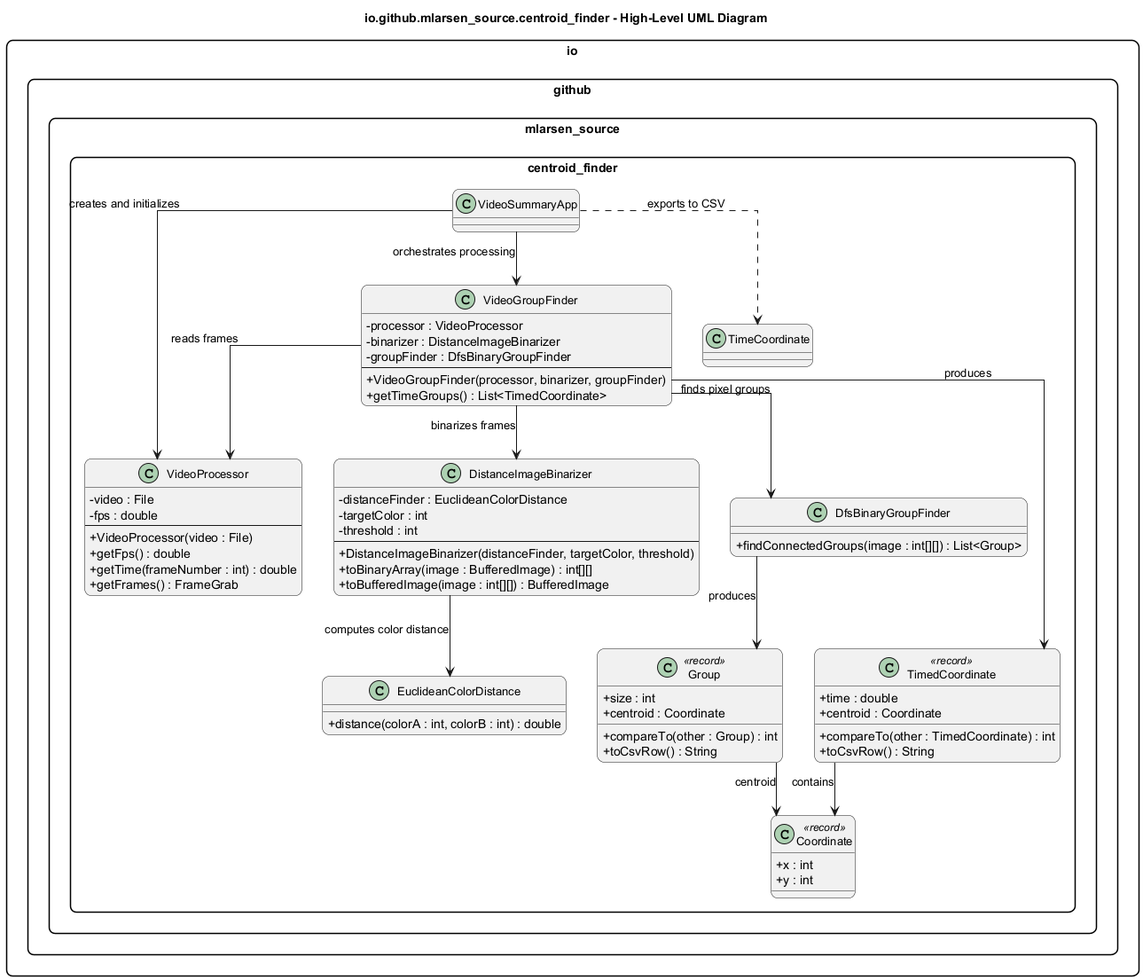
The PlantUML diagram diagrams/highlevel.png in mlarsen-source/centroid-finder, before a commit.
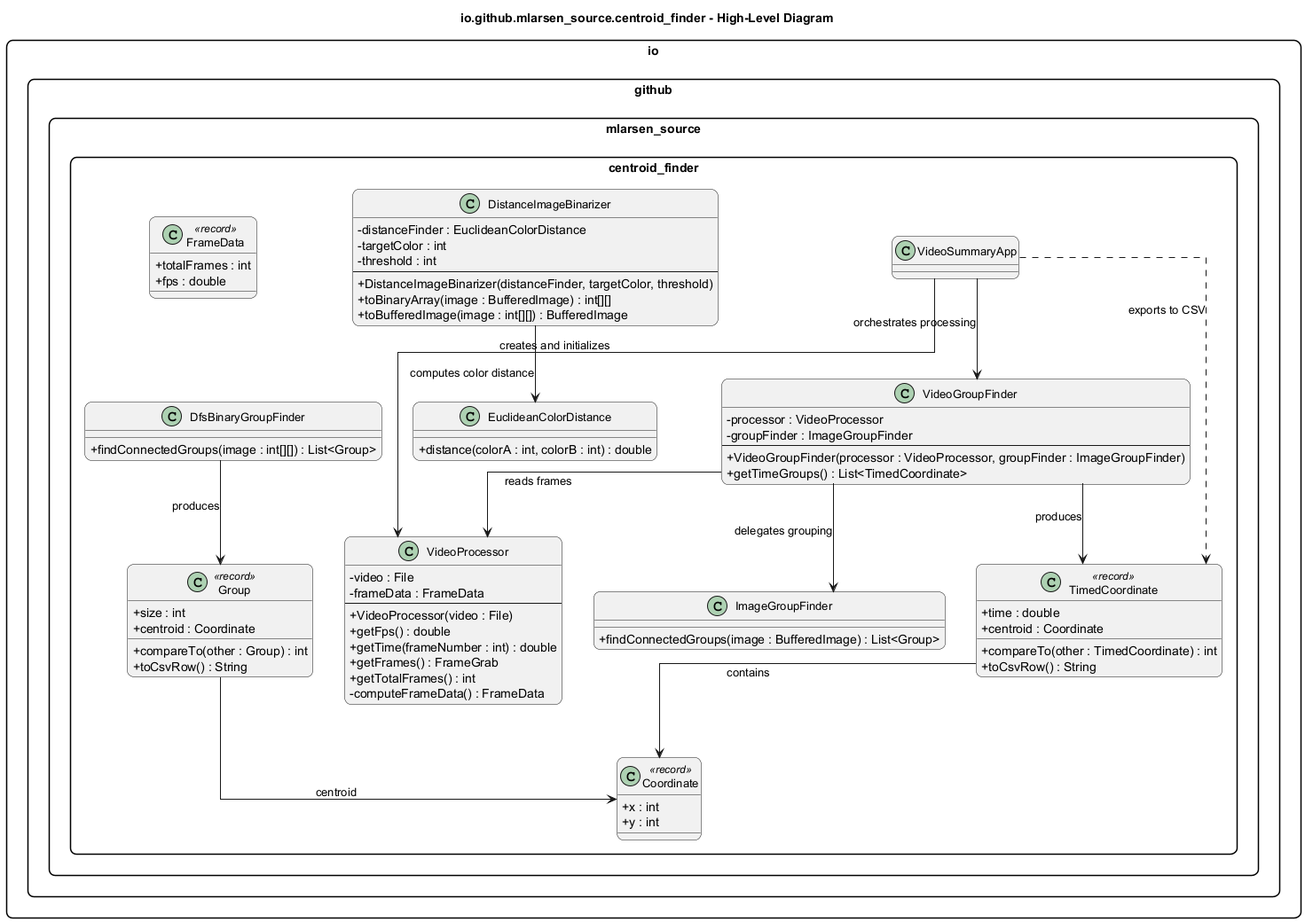
After the commit.

Change to the diagram source:
```diff
@@ -1,5 +1,5 @@
 @startuml VideoSummaryApp
-title io.github.mlarsen_source.centroid_finder - High-Level UML Diagram
+title io.github.mlarsen_source.centroid_finder - High-Level Diagram
 
 skinparam packageStyle rectangle
 skinparam classAttributeIconSize 0
@@ -12,22 +12,24 @@
 package io.github.mlarsen_source.centroid_finder {
 
   class VideoSummaryApp
+
   class VideoProcessor {
     - video : File
-    - fps : double
+    - frameData : FrameData
     --
     + VideoProcessor(video : File)
     + getFps() : double
     + getTime(frameNumber : int) : double
     + getFrames() : FrameGrab
+    + getTotalFrames() : int
+    - computeFrameData() : FrameData
   }
 
   class VideoGroupFinder {
     - processor : VideoProcessor
-    - binarizer : DistanceImageBinarizer
-    - groupFinder : DfsBinaryGroupFinder
+    - groupFinder : ImageGroupFinder
     --
-    + VideoGroupFinder(processor, binarizer, groupFinder)
+    + VideoGroupFinder(processor : VideoProcessor, groupFinder : ImageGroupFinder)
     + getTimeGroups() : List<TimedCoordinate>
   }
 
@@ -47,6 +49,15 @@
 
   class EuclideanColorDistance {
     + distance(colorA : int, colorB : int) : double
+  }
+
+  class ImageGroupFinder {
+    + findConnectedGroups(image : BufferedImage) : List<Group>
+  }
+
+  class FrameData <<record>> {
+    + totalFrames : int
+    + fps : double
   }
 
   class Group <<record>> {
@@ -71,15 +82,15 @@
   VideoSummaryApp --> VideoProcessor : creates and initializes
   VideoSummaryApp --> VideoGroupFinder : orchestrates processing
   VideoGroupFinder --> VideoProcessor : reads frames
-  VideoGroupFinder --> DistanceImageBinarizer : binarizes frames
-  VideoGroupFinder --> DfsBinaryGroupFinder : finds pixel groups
+  VideoGroupFinder --> ImageGroupFinder : delegates grouping
+
   DistanceImageBinarizer --> EuclideanColorDistance : computes color distance
   DfsBinaryGroupFinder --> Group : produces
+
   Group --> Coordinate : centroid
   TimedCoordinate --> Coordinate : contains
   VideoGroupFinder --> TimedCoordinate : produces
-  VideoSummaryApp ..> TimeCoordinate : exports to CSV
-
+  VideoSummaryApp ..> TimedCoordinate : exports to CSV
 }
 
 @enduml
```
